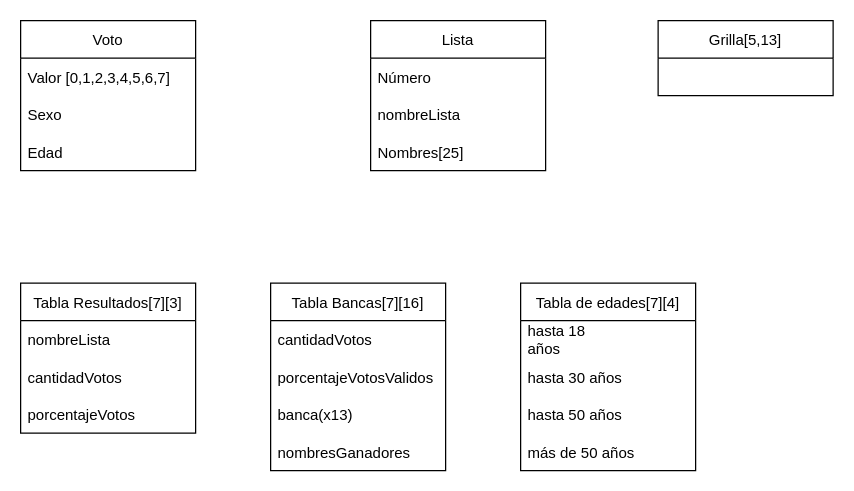
This is AyED.drawio from sofiaPalavecino/AyEd-anual, a draw.io file, before an edit. Source tidied: cells renumbered, new cells numbered last; positions are measured from the earlier drawing's top-left corner, leaving out a move shared by most shapes. Both pictures are drawn from the tidied source at 125%, with x=0, y=0 at pixel (20, 20).
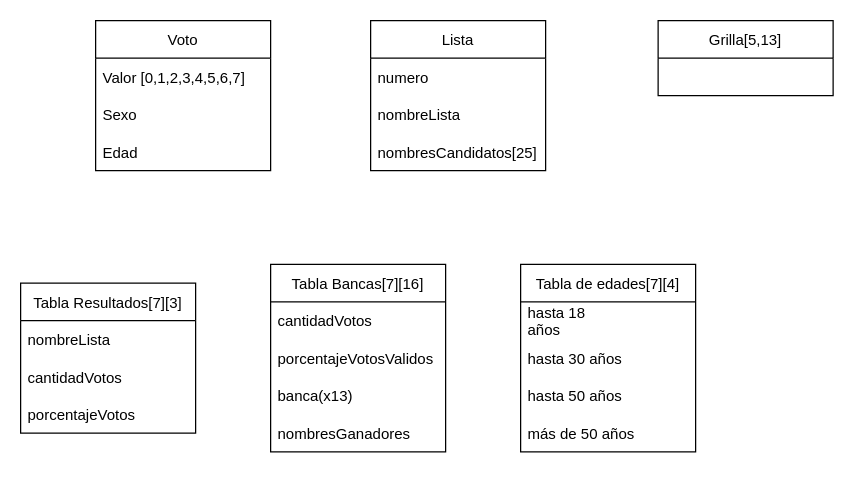
The same diagram, later.

The change refers to these unchanged cells:
```xml
<mxCell id="6" value="Lista" style="swimlane;fontStyle=0;horizontal=1;startSize=30;" parent="1" vertex="1">
  <mxGeometry x="280" width="140" height="120" as="geometry" />
</mxCell>
```

Change to the diagram source:
```diff
@@
     <mxCell id="2" value="Voto" style="swimlane;fontStyle=0;horizontal=1;startSize=30;" parent="1" vertex="1">
-      <mxGeometry width="140" height="120" as="geometry" />
+      <mxGeometry x="60" width="140" height="120" as="geometry" />
     </mxCell>
@@
-    <mxCell id="7" value="Número" style="text;strokeColor=none;fillColor=none;align=left;verticalAlign=middle;spacingLeft=4;spacingRight=4;overflow=hidden;" parent="6" vertex="1">
+    <mxCell id="7" value="numero" style="text;strokeColor=none;fillColor=none;align=left;verticalAlign=middle;spacingLeft=4;spacingRight=4;overflow=hidden;" parent="6" vertex="1">
       <mxGeometry y="30" width="140" height="30" as="geometry" />
     </mxCell>
@@
-    <mxCell id="9" value="Nombres[25]" style="text;strokeColor=none;fillColor=none;align=left;verticalAlign=middle;spacingLeft=4;spacingRight=4;overflow=hidden;" parent="6" vertex="1">
+    <mxCell id="9" value="nombresCandidatos[25]" style="text;strokeColor=none;fillColor=none;align=left;verticalAlign=middle;spacingLeft=4;spacingRight=4;overflow=hidden;" parent="6" vertex="1">
       <mxGeometry y="90" width="140" height="30" as="geometry" />
     </mxCell>
@@
     <mxCell id="15" value="Tabla Bancas[7][16]" style="swimlane;fontStyle=0;horizontal=1;startSize=30;" parent="1" vertex="1">
-      <mxGeometry x="200" y="210" width="140" height="150" as="geometry" />
+      <mxGeometry x="200" y="195" width="140" height="150" as="geometry" />
     </mxCell>
@@
     <mxCell id="20" value="Tabla de edades[7][4]" style="swimlane;fontStyle=0;horizontal=1;startSize=30;" parent="1" vertex="1">
-      <mxGeometry x="400" y="210" width="140" height="150" as="geometry" />
+      <mxGeometry x="400" y="195" width="140" height="150" as="geometry" />
     </mxCell>
```
